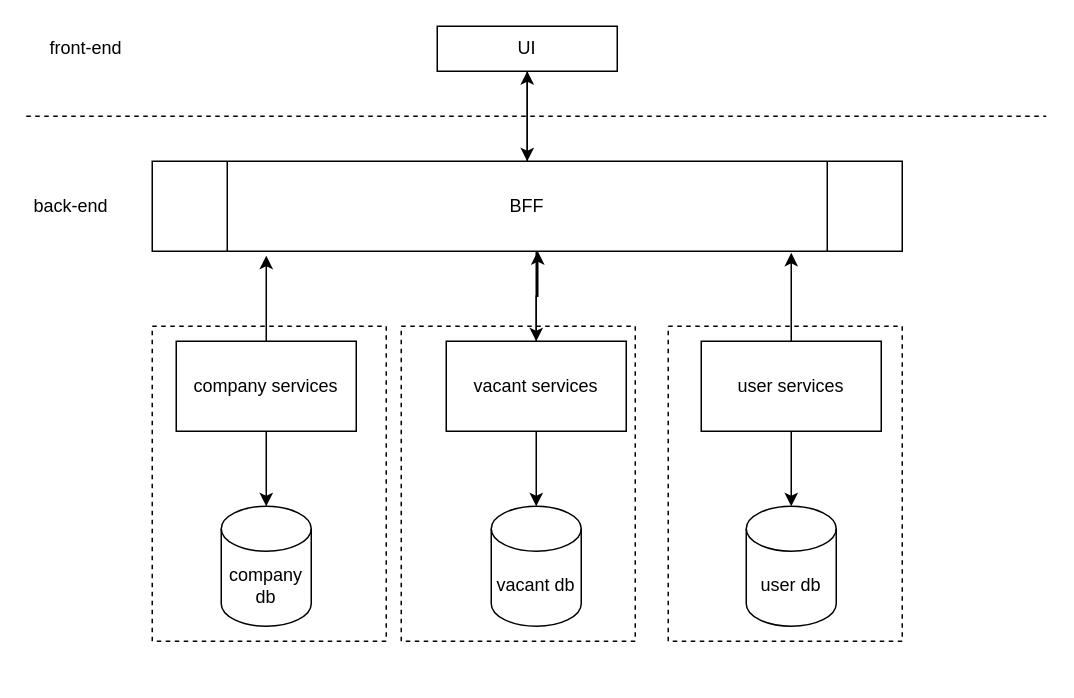
Before: stock-questions.drawio in conqueror23/predictHire, a draw.io diagram. Source tidied: cells renumbered, new cells numbered last; positions are measured from the earlier drawing's top-left corner, leaving out a move shared by most shapes. Both pictures are drawn from the tidied source at 150%, with x=0, y=0 at pixel (26, 26).
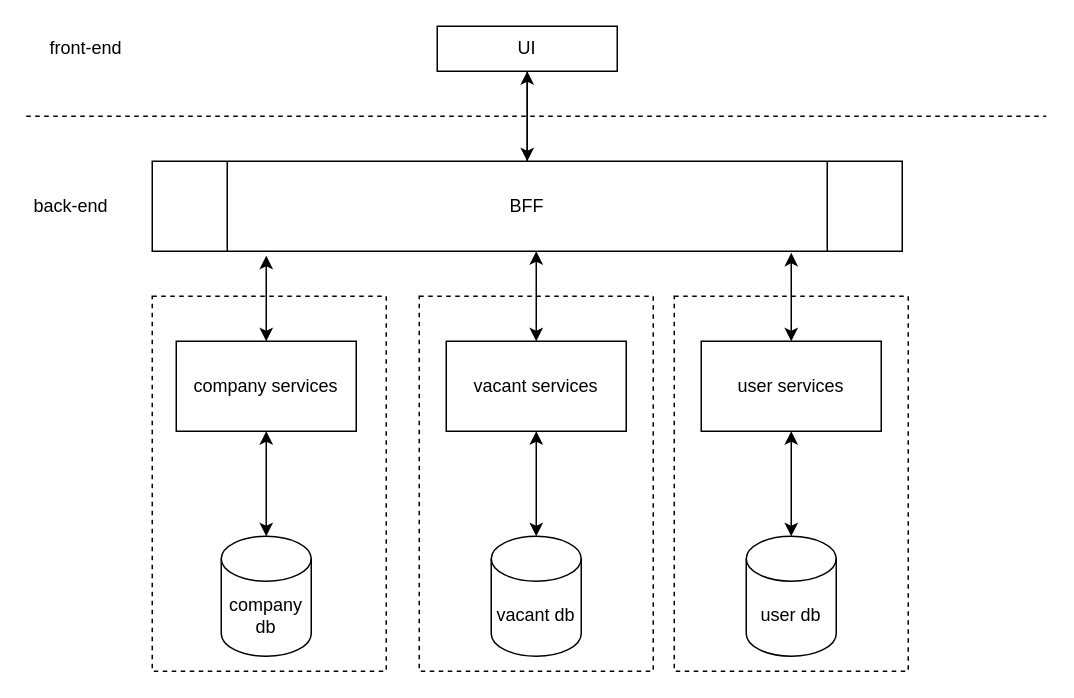
After the change.

Commit message (it also covers changes not shown here):
add-db-thoughts-and-concerns-of-bff

The change refers to these unchanged cells:
```xml
<mxCell id="6" value="BFF" style="shape=process;whiteSpace=wrap;html=1;backgroundOutline=1;" parent="1" vertex="1">
  <mxGeometry x="84" y="90" width="500" height="60" as="geometry" />
</mxCell>
<mxCell id="9" value="company services" style="rounded=0;whiteSpace=wrap;html=1;" parent="1" vertex="1">
  <mxGeometry x="100" y="210" width="120" height="60" as="geometry" />
</mxCell>
<mxCell id="14" value="vacant services" style="rounded=0;whiteSpace=wrap;html=1;" parent="1" vertex="1">
  <mxGeometry x="280" y="210" width="120" height="60" as="geometry" />
</mxCell>
<mxCell id="17" value="user services" style="rounded=0;whiteSpace=wrap;html=1;" parent="1" vertex="1">
  <mxGeometry x="450" y="210" width="120" height="60" as="geometry" />
</mxCell>
```

What changed in the source:
```diff
@@
-    <mxCell id="4" style="edgeStyle=orthogonalEdgeStyle;rounded=0;jettySize=auto;html=1;" parent="1" edge="1" source="6" target="14">
+    <mxCell id="4" style="edgeStyle=orthogonalEdgeStyle;rounded=0;jettySize=auto;html=1;startArrow=classic;startFill=1;" parent="1" edge="1" source="6" target="14">
       <mxGeometry relative="1" as="geometry">
         <Array as="points">
           <mxPoint x="340" y="170" />
           <mxPoint x="340" y="170" />
         </Array>
       </mxGeometry>
     </mxCell>
@@
-    <mxCell id="7" style="edgeStyle=orthogonalEdgeStyle;rounded=0;jettySize=auto;html=1;" parent="1" edge="1" source="9" target="11">
-      <mxGeometry relative="1" as="geometry" />
+    <mxCell id="7" style="edgeStyle=orthogonalEdgeStyle;rounded=0;jettySize=auto;html=1;entryX=0.5;entryY=0;entryDx=0;entryDy=0;entryPerimeter=0;startArrow=classic;startFill=1;" parent="1" edge="1" source="9">
+      <mxGeometry relative="1" as="geometry">
+        <mxPoint x="160" y="340" as="targetPoint" />
+        <Array as="points">
+          <mxPoint x="160" y="340" />
+          <mxPoint x="160" y="340" />
+        </Array>
+      </mxGeometry>
     </mxCell>
-    <mxCell id="8" style="edgeStyle=orthogonalEdgeStyle;rounded=0;jettySize=auto;html=1;entryX=0.152;entryY=1.05;entryDx=0;entryDy=0;entryPerimeter=0;" parent="1" edge="1" source="9" target="6">
+    <mxCell id="8" style="edgeStyle=orthogonalEdgeStyle;rounded=0;jettySize=auto;html=1;entryX=0.152;entryY=1.05;entryDx=0;entryDy=0;entryPerimeter=0;startArrow=classic;startFill=1;" parent="1" edge="1" source="9" target="6">
       <mxGeometry relative="1" as="geometry" />
     </mxCell>
@@
-    <mxCell id="10" value="vacant db" style="shape=cylinder3;whiteSpace=wrap;html=1;boundedLbl=1;backgroundOutline=1;size=15;" parent="1" vertex="1">
-      <mxGeometry x="310" y="320" width="60" height="80" as="geometry" />
-    </mxCell>
-    <mxCell id="11" value="company db" style="shape=cylinder3;whiteSpace=wrap;html=1;boundedLbl=1;backgroundOutline=1;size=15;" parent="1" vertex="1">
-      <mxGeometry x="130" y="320" width="60" height="80" as="geometry" />
-    </mxCell>
-    <mxCell id="12" style="edgeStyle=orthogonalEdgeStyle;rounded=0;jettySize=auto;html=1;" parent="1" edge="1" source="14">
-      <mxGeometry relative="1" as="geometry">
-        <mxPoint x="340" y="320" as="targetPoint" />
-      </mxGeometry>
-    </mxCell>
-    <mxCell id="13" style="edgeStyle=orthogonalEdgeStyle;rounded=0;jettySize=auto;html=1;entryX=0.514;entryY=1;entryDx=0;entryDy=0;entryPerimeter=0;" parent="1" edge="1" source="14" target="6">
-      <mxGeometry relative="1" as="geometry" />
-    </mxCell>
+    <mxCell id="25" style="edgeStyle=orthogonalEdgeStyle;rounded=0;jettySize=auto;html=1;startArrow=classic;startFill=1;" parent="1" edge="1" source="14" target="10">
+      <mxGeometry relative="1" as="geometry" />
+    </mxCell>
@@
-    <mxCell id="15" style="edgeStyle=orthogonalEdgeStyle;rounded=0;jettySize=auto;html=1;entryX=0.5;entryY=0;entryDx=0;entryDy=0;entryPerimeter=0;" parent="1" edge="1" source="17" target="18">
+    <mxCell id="15" style="edgeStyle=orthogonalEdgeStyle;rounded=0;jettySize=auto;html=1;startArrow=classic;startFill=1;entryX=0.5;entryY=0;entryDx=0;entryDy=0;entryPerimeter=0;" parent="1" edge="1" source="17" target="18">
       <mxGeometry relative="1" as="geometry" />
     </mxCell>
-    <mxCell id="16" style="edgeStyle=orthogonalEdgeStyle;rounded=0;jettySize=auto;html=1;entryX=0.852;entryY=1.017;entryDx=0;entryDy=0;entryPerimeter=0;" parent="1" edge="1" source="17" target="6">
+    <mxCell id="16" style="edgeStyle=orthogonalEdgeStyle;rounded=0;jettySize=auto;html=1;entryX=0.852;entryY=1.017;entryDx=0;entryDy=0;entryPerimeter=0;startArrow=classic;startFill=1;" parent="1" edge="1" source="17" target="6">
       <mxGeometry relative="1" as="geometry" />
     </mxCell>
@@
-    <mxCell id="18" value="user db" style="shape=cylinder3;whiteSpace=wrap;html=1;boundedLbl=1;backgroundOutline=1;size=15;" parent="1" vertex="1">
-      <mxGeometry x="480" y="320" width="60" height="80" as="geometry" />
-    </mxCell>
     <mxCell id="19" style="rounded=0;whiteSpace=wrap;html=1;fillColor=none;dashed=1;" parent="1" vertex="1">
-      <mxGeometry x="84" y="200" width="156" height="210" as="geometry" />
+      <mxGeometry x="84" y="180" width="156" height="250" as="geometry" />
     </mxCell>
     <mxCell id="20" style="rounded=0;whiteSpace=wrap;html=1;fillColor=none;dashed=1;" parent="1" vertex="1">
-      <mxGeometry x="250" y="200" width="156" height="210" as="geometry" />
+      <mxGeometry x="432" y="180" width="156" height="250" as="geometry" />
     </mxCell>
-    <mxCell id="21" style="rounded=0;whiteSpace=wrap;html=1;fillColor=none;dashed=1;" parent="1" vertex="1">
-      <mxGeometry x="428" y="200" width="156" height="210" as="geometry" />
-    </mxCell>
@@
+    <mxCell id="18" value="user db" style="shape=cylinder3;whiteSpace=wrap;html=1;boundedLbl=1;backgroundOutline=1;size=15;" parent="1" vertex="1">
+      <mxGeometry x="480" y="340" width="60" height="80" as="geometry" />
+    </mxCell>
+    <mxCell id="10" value="vacant db" style="shape=cylinder3;whiteSpace=wrap;html=1;boundedLbl=1;backgroundOutline=1;size=15;" parent="1" vertex="1">
+      <mxGeometry x="310" y="340" width="60" height="80" as="geometry" />
+    </mxCell>
+    <mxCell id="11" value="company db" style="shape=cylinder3;whiteSpace=wrap;html=1;boundedLbl=1;backgroundOutline=1;size=15;" parent="1" vertex="1">
+      <mxGeometry x="130" y="340" width="60" height="80" as="geometry" />
+    </mxCell>
+    <mxCell id="21" style="rounded=0;whiteSpace=wrap;html=1;fillColor=none;dashed=1;" parent="1" vertex="1">
+      <mxGeometry x="262" y="180" width="156" height="250" as="geometry" />
+    </mxCell>
```
